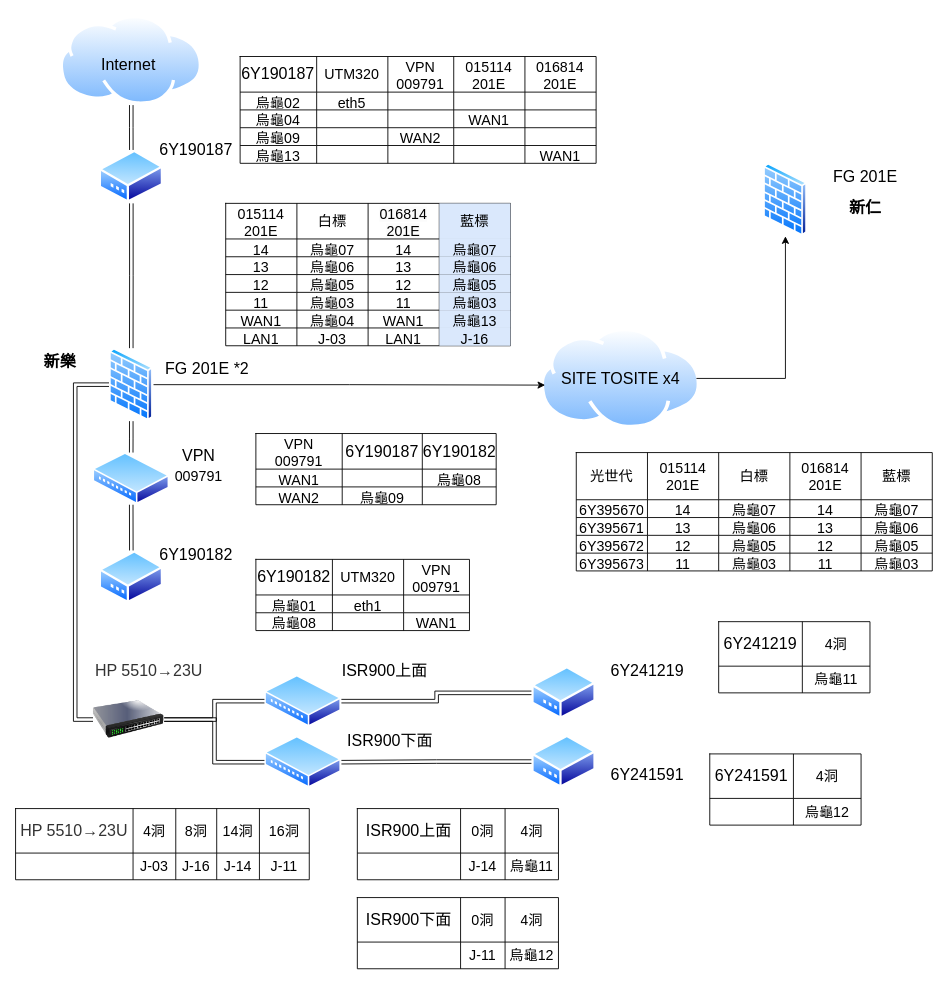
Earlier version of the draw.io diagram 新樂端.drawio (HungYn/drqw). Source tidied: cells renumbered, new cells numbered last; positions are measured from the earlier drawing's top-left corner, leaving out a move shared by most shapes. Both pictures are drawn from the tidied source at 89%, with x=0, y=0 at pixel (15, 15).
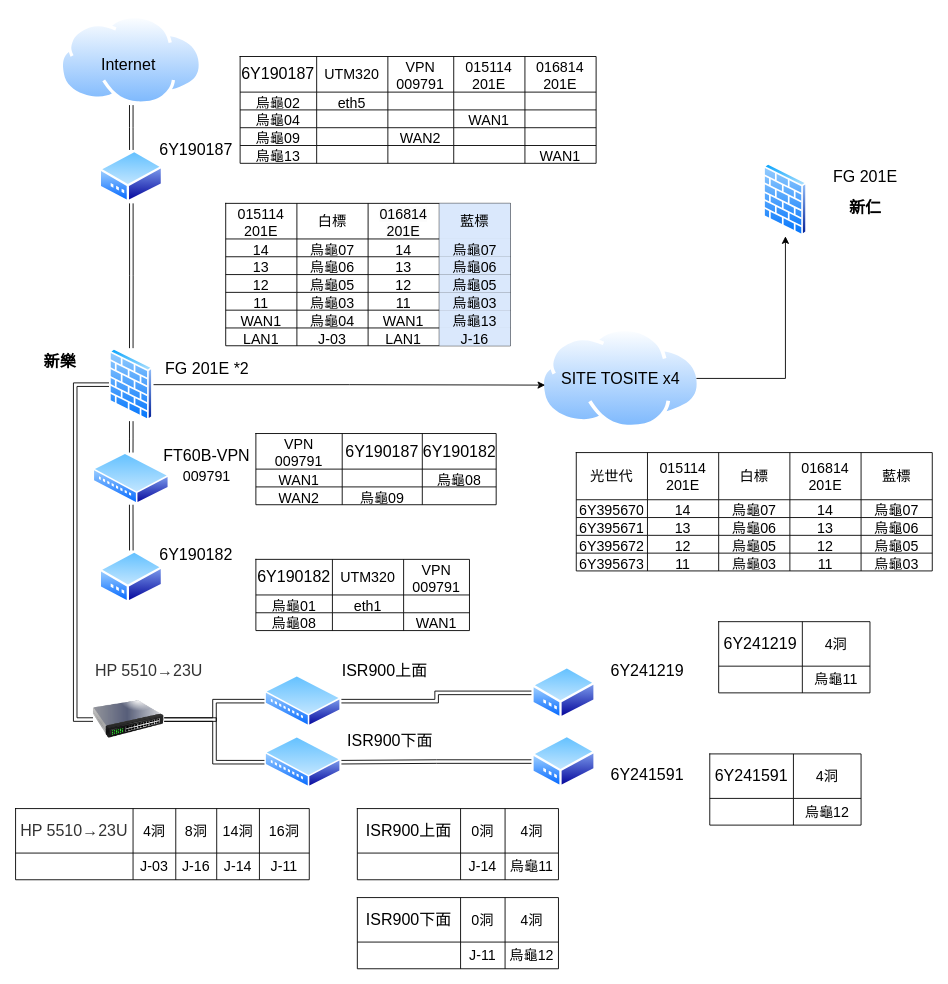
The same diagram, later.

Diff of the diagram source:
```diff
@@
-    <mxCell id="20" value="&lt;font style=&quot;font-size: 18px;&quot;&gt;VPN&lt;/font&gt;&lt;div&gt;&lt;font style=&quot;font-size: 18px;&quot;&gt;&lt;span style=&quot;font-size: 16px;&quot;&gt;009791&lt;/span&gt;&lt;br&gt;&lt;/font&gt;&lt;/div&gt;" style="text;html=1;align=center;verticalAlign=middle;whiteSpace=wrap;rounded=0;fontFamily=Helvetica;fontSize=12;fontColor=default;" parent="1" vertex="1">
-      <mxGeometry x="176.1" y="491" width="60" height="30" as="geometry" />
+    <mxCell id="20" value="&lt;font style=&quot;font-size: 18px;&quot;&gt;FT60B-VPN&lt;/font&gt;&lt;div&gt;&lt;font style=&quot;font-size: 18px;&quot;&gt;&lt;span style=&quot;font-size: 16px;&quot;&gt;009791&lt;/span&gt;&lt;br&gt;&lt;/font&gt;&lt;/div&gt;" style="text;html=1;align=center;verticalAlign=middle;whiteSpace=wrap;rounded=0;fontFamily=Helvetica;fontSize=12;fontColor=default;" parent="1" vertex="1">
+      <mxGeometry x="160" y="491" width="110" height="30" as="geometry" />
     </mxCell>
```
